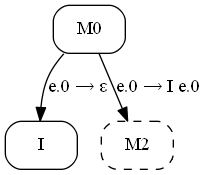
Mazdaywik/mazdaywik.github.io keeps this Graphviz diagram as pics/5050-fib.png. Above is the earlier version. Its source is kept beside it as pics/5050-fib.dot.
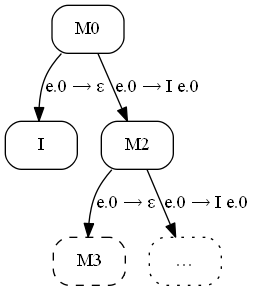
The same diagram one commit later.

Commit message:
Опечатка в графе прогонки Fib, первый проход

Change to the diagram source:
```diff
@@ -4,6 +4,10 @@
   M0;
   M1 [label="I"];
   M0 -> M1 [label="e.0 → ε"];
-  M2 [style="rounded,dashed"];
+  M2;
   M0 -> M2 [label="e.0 → I e.0"];
+  M3 [style="rounded,dashed"];
+  M2 -> M3 [label="e.0 → ε"];
+  M4 [label="…", style="rounded,dotted"];
+  M2 -> M4 [label="e.0 → I e.0"];
 }
```
